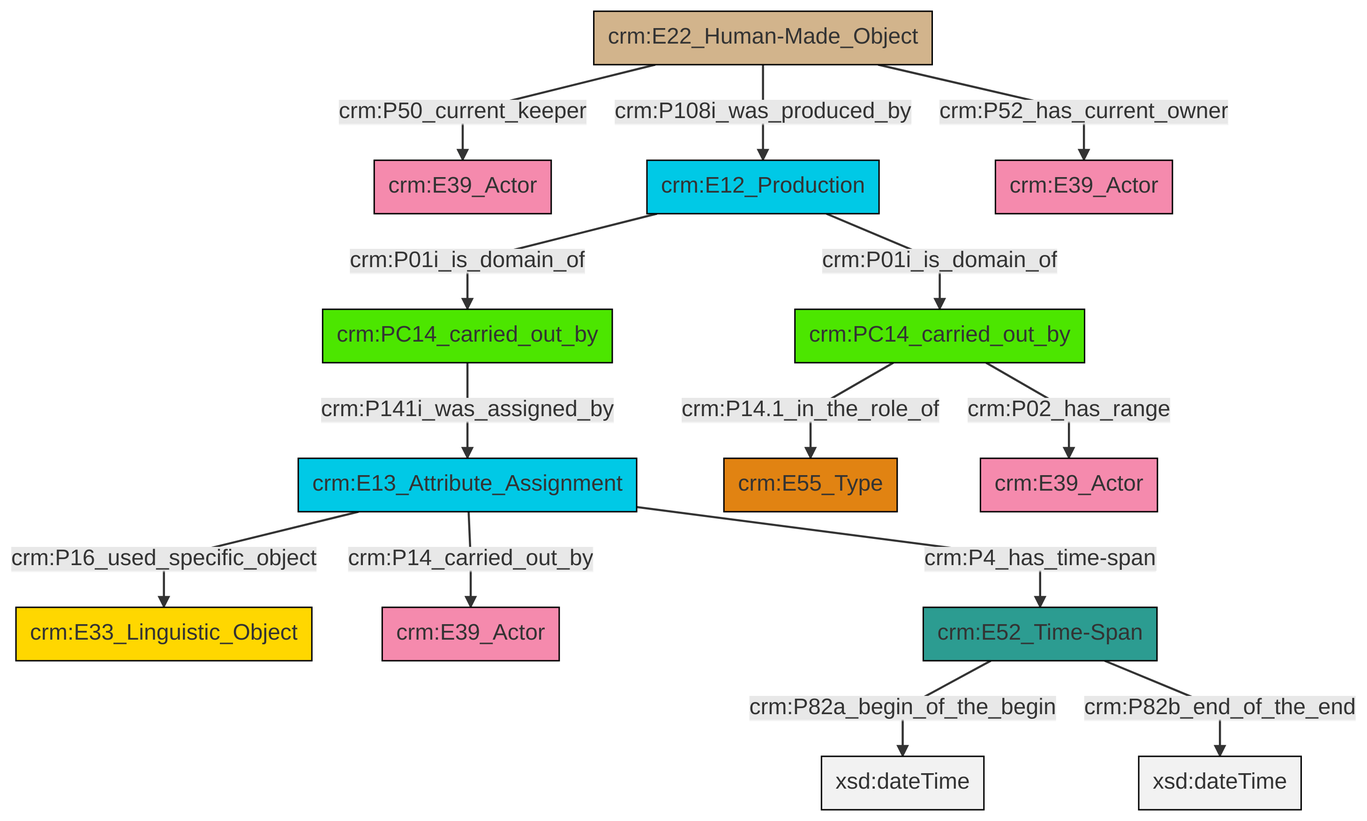
The Mermaid diagram et/carrierCSV/ttl/mmd/png/carrier_relations.png in swiss-art-research-net/docs.swissartresearch, before a commit. Its source is kept beside it as et/carrierCSV/ttl/mmd/carrier_relations.ttl.mmd.
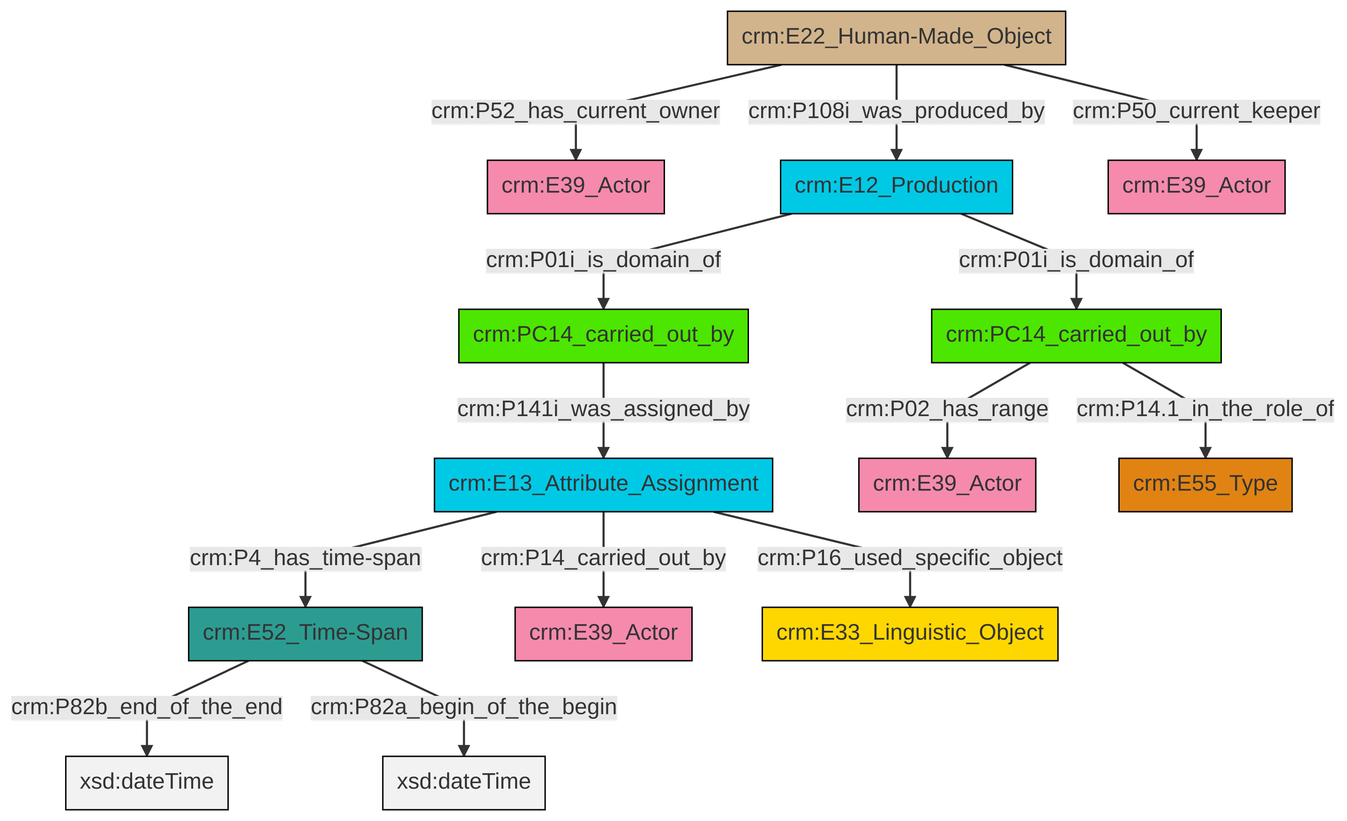
After the change.

Change to the diagram source:
```diff
@@ -13,16 +13,16 @@
 classDef PC_Classes fill:#4ce600, stroke:#000000;
 classDef Multi fill:#cccccc,stroke:#000000;
 
-0["crm:E13_Attribute_Assignment"]:::Temporal_Entity -->|crm:P16_used_specific_object| 1["crm:E33_Linguistic_Object"]:::Conceptual_Object
-2["crm:PC14_carried_out_by"]:::PC_Classes -->|crm:P14.1_in_the_role_of| 3["crm:E55_Type"]:::Type
-6["crm:PC14_carried_out_by"]:::PC_Classes -->|crm:P141i_was_assigned_by| 0["crm:E13_Attribute_Assignment"]:::Temporal_Entity
-0["crm:E13_Attribute_Assignment"]:::Temporal_Entity -->|crm:P14_carried_out_by| 4["crm:E39_Actor"]:::Actor
-9["crm:E22_Human-Made_Object"]:::Physical_Thing -->|crm:P108i_was_produced_by| 10["crm:E12_Production"]:::Temporal_Entity
-11["crm:E52_Time-Span"]:::Time-Span -->|crm:P82a_begin_of_the_begin| 12[xsd:dateTime]:::Literal
-10["crm:E12_Production"]:::Temporal_Entity -->|crm:P01i_is_domain_of| 6["crm:PC14_carried_out_by"]:::PC_Classes
-11["crm:E52_Time-Span"]:::Time-Span -->|crm:P82b_end_of_the_end| 16[xsd:dateTime]:::Literal
-10["crm:E12_Production"]:::Temporal_Entity -->|crm:P01i_is_domain_of| 2["crm:PC14_carried_out_by"]:::PC_Classes
-9["crm:E22_Human-Made_Object"]:::Physical_Thing -->|crm:P52_has_current_owner| 14["crm:E39_Actor"]:::Actor
-9["crm:E22_Human-Made_Object"]:::Physical_Thing -->|crm:P50_current_keeper| 7["crm:E39_Actor"]:::Actor
-2["crm:PC14_carried_out_by"]:::PC_Classes -->|crm:P02_has_range| 24["crm:E39_Actor"]:::Actor
-0["crm:E13_Attribute_Assignment"]:::Temporal_Entity -->|crm:P4_has_time-span| 11["crm:E52_Time-Span"]:::Time-Span
+0["crm:E52_Time-Span"]:::Time-Span -->|crm:P82b_end_of_the_end| 1[xsd:dateTime]:::Literal
+2["crm:E22_Human-Made_Object"]:::Physical_Thing -->|crm:P52_has_current_owner| 3["crm:E39_Actor"]:::Actor
+4["crm:E13_Attribute_Assignment"]:::Temporal_Entity -->|crm:P14_carried_out_by| 5["crm:E39_Actor"]:::Actor
+6["crm:PC14_carried_out_by"]:::PC_Classes -->|crm:P141i_was_assigned_by| 4["crm:E13_Attribute_Assignment"]:::Temporal_Entity
+7["crm:E12_Production"]:::Temporal_Entity -->|crm:P01i_is_domain_of| 8["crm:PC14_carried_out_by"]:::PC_Classes
+8["crm:PC14_carried_out_by"]:::PC_Classes -->|crm:P02_has_range| 10["crm:E39_Actor"]:::Actor
+4["crm:E13_Attribute_Assignment"]:::Temporal_Entity -->|crm:P4_has_time-span| 0["crm:E52_Time-Span"]:::Time-Span
+7["crm:E12_Production"]:::Temporal_Entity -->|crm:P01i_is_domain_of| 6["crm:PC14_carried_out_by"]:::PC_Classes
+4["crm:E13_Attribute_Assignment"]:::Temporal_Entity -->|crm:P16_used_specific_object| 15["crm:E33_Linguistic_Object"]:::Conceptual_Object
+0["crm:E52_Time-Span"]:::Time-Span -->|crm:P82a_begin_of_the_begin| 19[xsd:dateTime]:::Literal
+8["crm:PC14_carried_out_by"]:::PC_Classes -->|crm:P14.1_in_the_role_of| 11["crm:E55_Type"]:::Type
+2["crm:E22_Human-Made_Object"]:::Physical_Thing -->|crm:P108i_was_produced_by| 7["crm:E12_Production"]:::Temporal_Entity
+2["crm:E22_Human-Made_Object"]:::Physical_Thing -->|crm:P50_current_keeper| 22["crm:E39_Actor"]:::Actor
```
